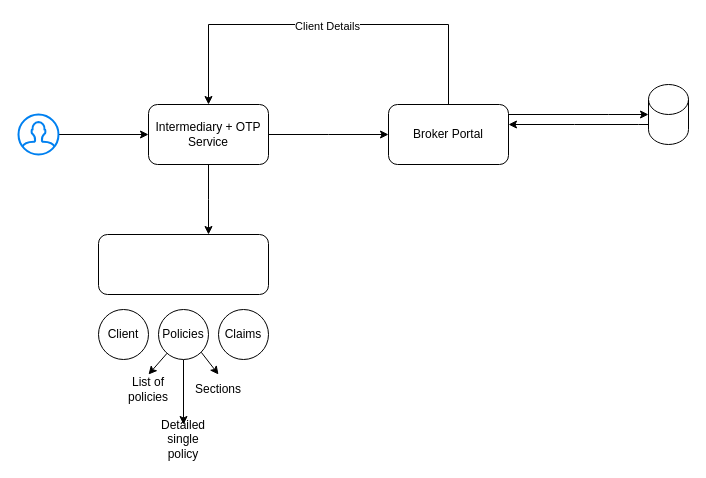
Above: ClientPortal-Auth.drawio in mcthuggets/client-portal (draw.io), before the change. Source tidied: cells renumbered, new cells numbered last; positions are measured from the earlier drawing's top-left corner, leaving out a move shared by most shapes. Both pictures are drawn from the tidied source at 100%, with x=0, y=0 at pixel (18, 24).
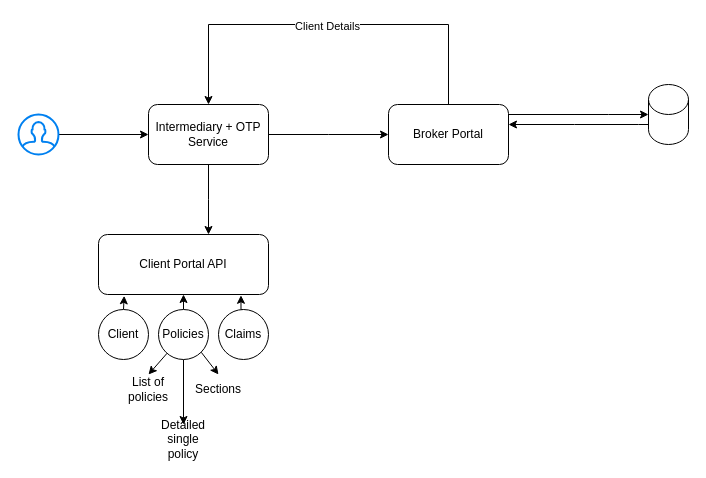
Above is the later version.

The change refers to these unchanged cells:
```xml
<mxCell id="14" value="Client" style="ellipse;whiteSpace=wrap;html=1;" parent="1" vertex="1">
  <mxGeometry x="80" y="285" width="50" height="50" as="geometry" />
</mxCell>
<mxCell id="15" value="Claims" style="ellipse;whiteSpace=wrap;html=1;" parent="1" vertex="1">
  <mxGeometry x="200" y="285" width="50" height="50" as="geometry" />
</mxCell>
<mxCell id="19" value="Policies" style="ellipse;whiteSpace=wrap;html=1;" parent="1" vertex="1">
  <mxGeometry x="140" y="285" width="50" height="50" as="geometry" />
</mxCell>
```

Diff of the diagram source:
```diff
@@
-    <mxCell id="13" style="rounded=1;whiteSpace=wrap;html=1;" parent="1" vertex="1">
+    <mxCell id="13" value="Client Portal API" style="rounded=1;whiteSpace=wrap;html=1;" parent="1" vertex="1">
       <mxGeometry x="80" y="210" width="170" height="60" as="geometry" />
     </mxCell>
+    <mxCell id="23" style="edgeStyle=orthogonalEdgeStyle;rounded=0;jettySize=auto;html=1;exitX=0.5;exitY=0;exitDx=0;exitDy=0;entryX=0.151;entryY=1.022;entryDx=0;entryDy=0;entryPerimeter=0;" parent="1" edge="1" source="14" target="13">
+      <mxGeometry relative="1" as="geometry" />
+    </mxCell>
@@
+    <mxCell id="24" style="edgeStyle=orthogonalEdgeStyle;rounded=0;jettySize=auto;html=1;exitX=0.5;exitY=0;exitDx=0;exitDy=0;entryX=0.838;entryY=1.013;entryDx=0;entryDy=0;entryPerimeter=0;" parent="1" edge="1" source="15" target="13">
+      <mxGeometry relative="1" as="geometry" />
+    </mxCell>
@@
+    <mxCell id="25" style="edgeStyle=orthogonalEdgeStyle;rounded=0;jettySize=auto;html=1;exitX=0.5;exitY=0;exitDx=0;exitDy=0;entryX=0.5;entryY=1;entryDx=0;entryDy=0;" parent="1" edge="1" source="19" target="13">
+      <mxGeometry relative="1" as="geometry" />
+    </mxCell>
```
